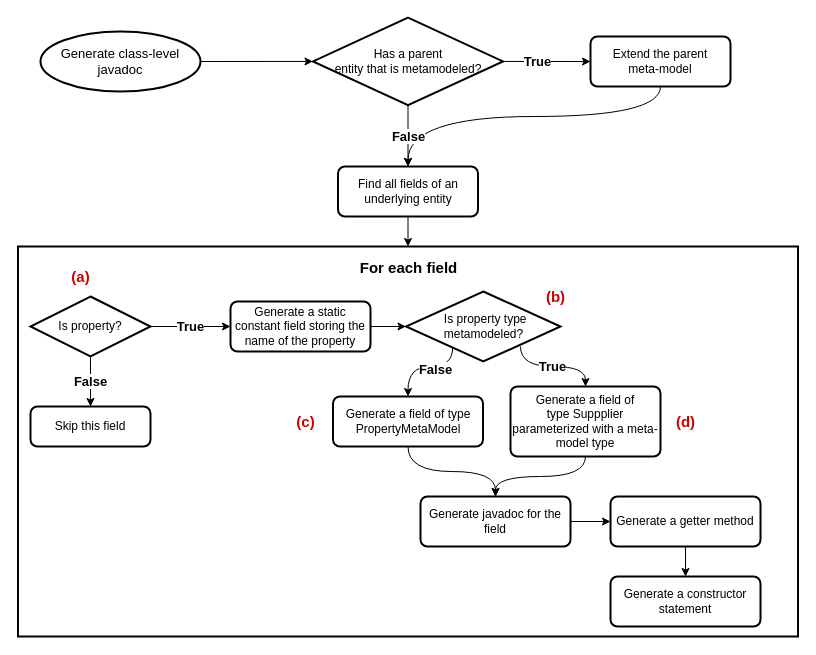
Earlier version of the draw.io diagram report/images/meta-model-algorithm.drawio (homedirectory/semantic-analysis). Source tidied: cells renumbered, new cells numbered last; positions are measured from the earlier drawing's top-left corner, leaving out a move shared by most shapes. Both pictures are drawn from the tidied source at 100%, with x=0, y=0 at pixel (18, 17).
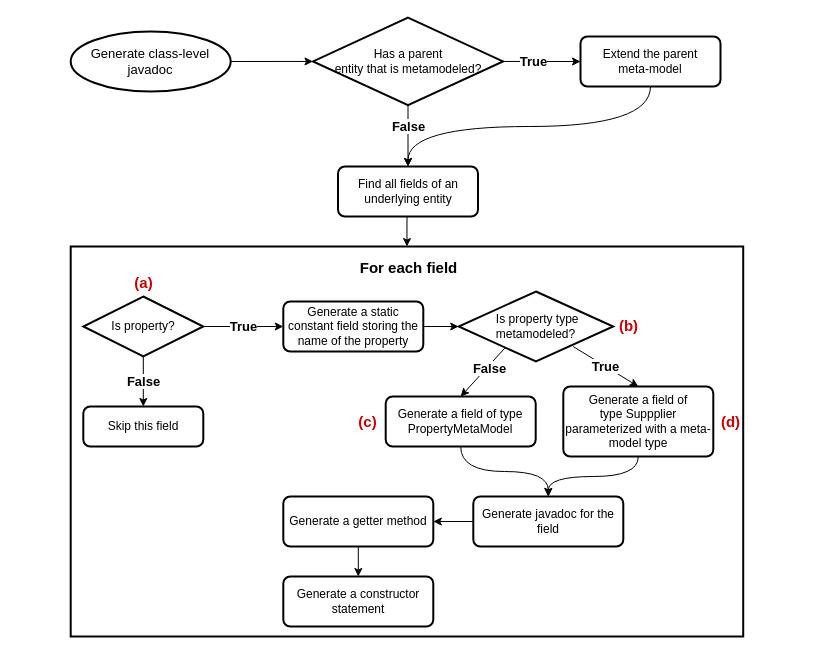
The same page after the edit.

The change refers to these unchanged cells:
```xml
<mxCell id="32" value="Find all fields of an underlying entity" style="rounded=1;whiteSpace=wrap;html=1;absoluteArcSize=1;arcSize=14;strokeWidth=2;" parent="1" vertex="1">
  <mxGeometry x="319.5" y="149" width="140" height="50" as="geometry" />
</mxCell>
<mxCell id="39" value="&lt;div&gt;Has a parent &lt;br&gt;&lt;/div&gt;&lt;div&gt;entity that is metamodeled?&lt;/div&gt;" style="strokeWidth=2;html=1;shape=mxgraph.flowchart.decision;whiteSpace=wrap;fontSize=12;" parent="1" vertex="1">
  <mxGeometry x="294.5" y="0.2" width="190" height="87.5" as="geometry" />
</mxCell>
```

The edit, as a diff of the source:
```diff
@@
     <mxCell id="3" value="Generate class-level javadoc" style="strokeWidth=2;html=1;shape=mxgraph.flowchart.start_1;whiteSpace=wrap;labelBorderColor=none;fontSize=13;fontColor=#000000;fillColor=none;" parent="1" vertex="1">
-      <mxGeometry x="22" y="14" width="160" height="60" as="geometry" />
+      <mxGeometry x="52.2" y="14" width="160" height="60" as="geometry" />
     </mxCell>
     <mxCell id="4" style="rounded=0;whiteSpace=wrap;html=1;fontSize=13;strokeWidth=2;fillColor=default;" parent="1" vertex="1">
-      <mxGeometry x="-0.5" y="229" width="780" height="390" as="geometry" />
+      <mxGeometry x="52.2" y="229" width="672.5" height="390" as="geometry" />
     </mxCell>
@@
     <mxCell id="6" value="Generate a static constant field storing the name of the property" style="rounded=1;whiteSpace=wrap;html=1;absoluteArcSize=1;arcSize=14;strokeWidth=2;" parent="1" vertex="1">
-      <mxGeometry x="212" y="284" width="140" height="50" as="geometry" />
+      <mxGeometry x="264.8" y="284" width="140" height="50" as="geometry" />
     </mxCell>
@@
     <mxCell id="9" value="Is property?" style="strokeWidth=2;html=1;shape=mxgraph.flowchart.decision;whiteSpace=wrap;fontSize=12;" parent="1" vertex="1">
-      <mxGeometry x="12" y="279" width="120" height="60" as="geometry" />
+      <mxGeometry x="64.8" y="279" width="120" height="60" as="geometry" />
     </mxCell>
@@
     <mxCell id="12" style="edgeStyle=orthogonalEdgeStyle;rounded=0;orthogonalLoop=1;jettySize=auto;html=1;exitX=0.5;exitY=1;exitDx=0;exitDy=0;fontSize=11;fontColor=#4D4D4D;" parent="1" edge="1">
       <mxGeometry relative="1" as="geometry">
-        <mxPoint x="380.5" y="448" as="sourcePoint" />
-        <mxPoint x="380.5" y="448" as="targetPoint" />
+        <mxPoint x="433.2" y="448" as="sourcePoint" />
+        <mxPoint x="433.2" y="448" as="targetPoint" />
       </mxGeometry>
     </mxCell>
@@
-    <mxCell id="14" style="rounded=0;jettySize=auto;html=1;exitX=0.302;exitY=0.8;exitDx=0;exitDy=0;exitPerimeter=0;entryX=0.5;entryY=0;entryDx=0;entryDy=0;edgeStyle=orthogonalEdgeStyle;curved=1;" parent="1" edge="1" source="17" target="21">
-      <mxGeometry relative="1" as="geometry">
-        <Array as="points">
-          <mxPoint x="434" y="349" />
-          <mxPoint x="390" y="349" />
-        </Array>
-      </mxGeometry>
+    <mxCell id="14" style="rounded=0;jettySize=auto;html=1;exitX=0.302;exitY=0.8;exitDx=0;exitDy=0;exitPerimeter=0;entryX=0.5;entryY=0;entryDx=0;entryDy=0;" parent="1" edge="1" source="17" target="21">
+      <mxGeometry relative="1" as="geometry" />
     </mxCell>
@@
-    <mxCell id="16" value="&lt;b&gt;True&lt;/b&gt;" style="edgeStyle=orthogonalEdgeStyle;rounded=0;jettySize=auto;html=1;entryX=0.5;entryY=0;entryDx=0;entryDy=0;fontSize=13;exitX=0.741;exitY=0.786;exitDx=0;exitDy=0;exitPerimeter=0;curved=1;" parent="1" edge="1" source="17" target="23">
-      <mxGeometry relative="1" as="geometry">
-        <Array as="points">
-          <mxPoint x="502" y="349" />
-          <mxPoint x="567" y="349" />
-        </Array>
-      </mxGeometry>
+    <mxCell id="16" value="&lt;b&gt;True&lt;/b&gt;" style="rounded=0;jettySize=auto;html=1;entryX=0.5;entryY=0;entryDx=0;entryDy=0;fontSize=13;exitX=0.741;exitY=0.786;exitDx=0;exitDy=0;exitPerimeter=0;" parent="1" edge="1" source="17" target="23">
+      <mxGeometry relative="1" as="geometry" />
     </mxCell>
     <mxCell id="17" value="&lt;div&gt;&amp;nbsp;Is property type &lt;br&gt;&lt;/div&gt;&lt;div&gt;metamodeled?&lt;/div&gt;" style="strokeWidth=2;html=1;shape=mxgraph.flowchart.decision;whiteSpace=wrap;fontSize=12;" parent="1" vertex="1">
-      <mxGeometry x="387.5" y="274" width="154.5" height="70" as="geometry" />
+      <mxGeometry x="440.2" y="274" width="154.5" height="70" as="geometry" />
     </mxCell>
     <mxCell id="18" value="&lt;font style=&quot;font-size: 15px;&quot; color=&quot;#CC0000&quot;&gt;&lt;b style=&quot;font-size: 15px;&quot;&gt;(a)&lt;/b&gt;&lt;/font&gt;" style="text;html=1;align=center;verticalAlign=middle;strokeColor=none;fillColor=none;fontSize=15;fontColor=#000000;" parent="1" vertex="1">
-      <mxGeometry x="47" y="249" width="30" height="20" as="geometry" />
+      <mxGeometry x="109.8" y="255" width="30" height="20" as="geometry" />
     </mxCell>
     <mxCell id="19" value="&lt;font style=&quot;font-size: 15px;&quot; color=&quot;#CC0000&quot;&gt;&lt;b style=&quot;font-size: 15px;&quot;&gt;(b)&lt;/b&gt;&lt;/font&gt;" style="text;html=1;align=center;verticalAlign=middle;strokeColor=none;fillColor=none;fontSize=15;fontColor=#000000;" parent="1" vertex="1">
-      <mxGeometry x="522" y="269" width="30" height="20" as="geometry" />
+      <mxGeometry x="594.8" y="298" width="30" height="20" as="geometry" />
     </mxCell>
@@
     <mxCell id="21" value="Generate a field of type &lt;font face=&quot;Ubuntu Mono&quot;&gt;PropertyMetaModel&lt;/font&gt;" style="rounded=1;whiteSpace=wrap;html=1;absoluteArcSize=1;arcSize=14;strokeWidth=2;" parent="1" vertex="1">
-      <mxGeometry x="314.5" y="379" width="150" height="50" as="geometry" />
+      <mxGeometry x="367.2" y="379" width="150" height="50" as="geometry" />
     </mxCell>
@@
     <mxCell id="23" value="&lt;div&gt;Generate a field of &lt;br&gt;&lt;/div&gt;&lt;div&gt;type &lt;font face=&quot;Ubuntu Mono&quot;&gt;Suppplier&lt;/font&gt; parameterized with a meta-model type&lt;br&gt;&lt;/div&gt;" style="rounded=1;whiteSpace=wrap;html=1;absoluteArcSize=1;arcSize=14;strokeWidth=2;" parent="1" vertex="1">
-      <mxGeometry x="492" y="369" width="150" height="70" as="geometry" />
+      <mxGeometry x="544.8" y="369" width="150" height="70" as="geometry" />
     </mxCell>
@@
     <mxCell id="25" value="Generate a getter method" style="rounded=1;whiteSpace=wrap;html=1;absoluteArcSize=1;arcSize=14;strokeWidth=2;" parent="1" vertex="1">
-      <mxGeometry x="592" y="479" width="150" height="50" as="geometry" />
+      <mxGeometry x="264.8" y="479" width="150" height="50" as="geometry" />
     </mxCell>
     <mxCell id="26" value="&lt;font style=&quot;font-size: 15px;&quot; color=&quot;#CC0000&quot;&gt;&lt;b style=&quot;font-size: 15px;&quot;&gt;(d)&lt;/b&gt;&lt;/font&gt;" style="text;html=1;align=center;verticalAlign=middle;strokeColor=none;fillColor=none;fontSize=15;fontColor=#000000;" parent="1" vertex="1">
-      <mxGeometry x="652" y="394" width="30" height="20" as="geometry" />
+      <mxGeometry x="696.8" y="394" width="30" height="20" as="geometry" />
     </mxCell>
     <mxCell id="27" value="&lt;font style=&quot;font-size: 15px;&quot; color=&quot;#CC0000&quot;&gt;&lt;b style=&quot;font-size: 15px;&quot;&gt;(c)&lt;/b&gt;&lt;/font&gt;" style="text;html=1;align=center;verticalAlign=middle;strokeColor=none;fillColor=none;fontSize=15;fontColor=#000000;" parent="1" vertex="1">
-      <mxGeometry x="272" y="394" width="30" height="20" as="geometry" />
+      <mxGeometry x="333.8" y="394" width="30" height="20" as="geometry" />
     </mxCell>
     <mxCell id="28" value="Generate a constructor statement" style="rounded=1;whiteSpace=wrap;html=1;absoluteArcSize=1;arcSize=14;strokeWidth=2;" parent="1" vertex="1">
-      <mxGeometry x="592" y="559" width="150" height="50" as="geometry" />
+      <mxGeometry x="264.8" y="559" width="150" height="50" as="geometry" />
     </mxCell>
-    <mxCell id="29" style="edgeStyle=none;rounded=0;jettySize=auto;html=1;exitX=1;exitY=0.5;exitDx=0;exitDy=0;entryX=0;entryY=0.5;entryDx=0;entryDy=0;fontSize=13;" parent="1" edge="1" source="30" target="25">
+    <mxCell id="29" style="edgeStyle=orthogonalEdgeStyle;rounded=0;jettySize=auto;html=1;exitX=0;exitY=0.5;exitDx=0;exitDy=0;entryX=1;entryY=0.5;entryDx=0;entryDy=0;" parent="1" edge="1" source="30" target="25">
       <mxGeometry relative="1" as="geometry" />
     </mxCell>
     <mxCell id="30" value="Generate javadoc for the field" style="rounded=1;whiteSpace=wrap;html=1;absoluteArcSize=1;arcSize=14;strokeWidth=2;" parent="1" vertex="1">
-      <mxGeometry x="402" y="479" width="150" height="50" as="geometry" />
+      <mxGeometry x="454.8" y="479" width="150" height="50" as="geometry" />
     </mxCell>
-    <mxCell id="31" style="edgeStyle=none;rounded=0;jettySize=auto;html=1;exitX=0.5;exitY=1;exitDx=0;exitDy=0;entryX=0.5;entryY=0;entryDx=0;entryDy=0;fontSize=13;" parent="1" edge="1" source="32" target="4">
+    <mxCell id="31" style="edgeStyle=orthogonalEdgeStyle;rounded=0;jettySize=auto;html=1;exitX=0.5;exitY=1;exitDx=0;exitDy=0;entryX=0.5;entryY=0;entryDx=0;entryDy=0;" parent="1" edge="1" source="32" target="4">
       <mxGeometry relative="1" as="geometry" />
     </mxCell>
@@
     <mxCell id="33" value="Skip this field" style="rounded=1;whiteSpace=wrap;html=1;absoluteArcSize=1;arcSize=14;strokeWidth=2;" parent="1" vertex="1">
-      <mxGeometry x="12" y="389" width="120" height="40" as="geometry" />
+      <mxGeometry x="64.8" y="389" width="120" height="40" as="geometry" />
     </mxCell>
-    <mxCell id="34" style="rounded=0;jettySize=auto;html=1;exitX=0.5;exitY=1;exitDx=0;exitDy=0;entryX=0.5;entryY=0;entryDx=0;entryDy=0;fontSize=13;edgeStyle=orthogonalEdgeStyle;curved=1;endSize=6;" parent="1" edge="1" source="35" target="32">
-      <mxGeometry relative="1" as="geometry">
-        <Array as="points">
-          <mxPoint x="642" y="99" />
-          <mxPoint x="390" y="99" />
-        </Array>
-      </mxGeometry>
+    <mxCell id="34" style="rounded=0;jettySize=auto;html=1;exitX=0.5;exitY=1;exitDx=0;exitDy=0;entryX=0.5;entryY=0;entryDx=0;entryDy=0;fontSize=13;endSize=6;edgeStyle=orthogonalEdgeStyle;curved=1;" parent="1" edge="1" source="35" target="32">
+      <mxGeometry relative="1" as="geometry" />
     </mxCell>
     <mxCell id="35" value="&lt;div&gt;Extend the parent&lt;/div&gt;&lt;div&gt;meta-model&lt;br&gt;&lt;/div&gt;" style="rounded=1;whiteSpace=wrap;html=1;absoluteArcSize=1;arcSize=14;strokeWidth=2;" parent="1" vertex="1">
-      <mxGeometry x="572" y="19" width="140" height="50" as="geometry" />
+      <mxGeometry x="562" y="19" width="140" height="50" as="geometry" />
     </mxCell>
@@
     <mxCell id="38" value="&lt;b&gt;False&lt;/b&gt;" style="edgeStyle=orthogonalEdgeStyle;rounded=0;jettySize=auto;html=1;exitX=0.5;exitY=1;exitDx=0;exitDy=0;exitPerimeter=0;entryX=0.5;entryY=0;entryDx=0;entryDy=0;fontSize=13;" parent="1" edge="1" source="39" target="32">
-      <mxGeometry relative="1" as="geometry" />
+      <mxGeometry x="-0.31" relative="1" as="geometry" />
     </mxCell>
```
